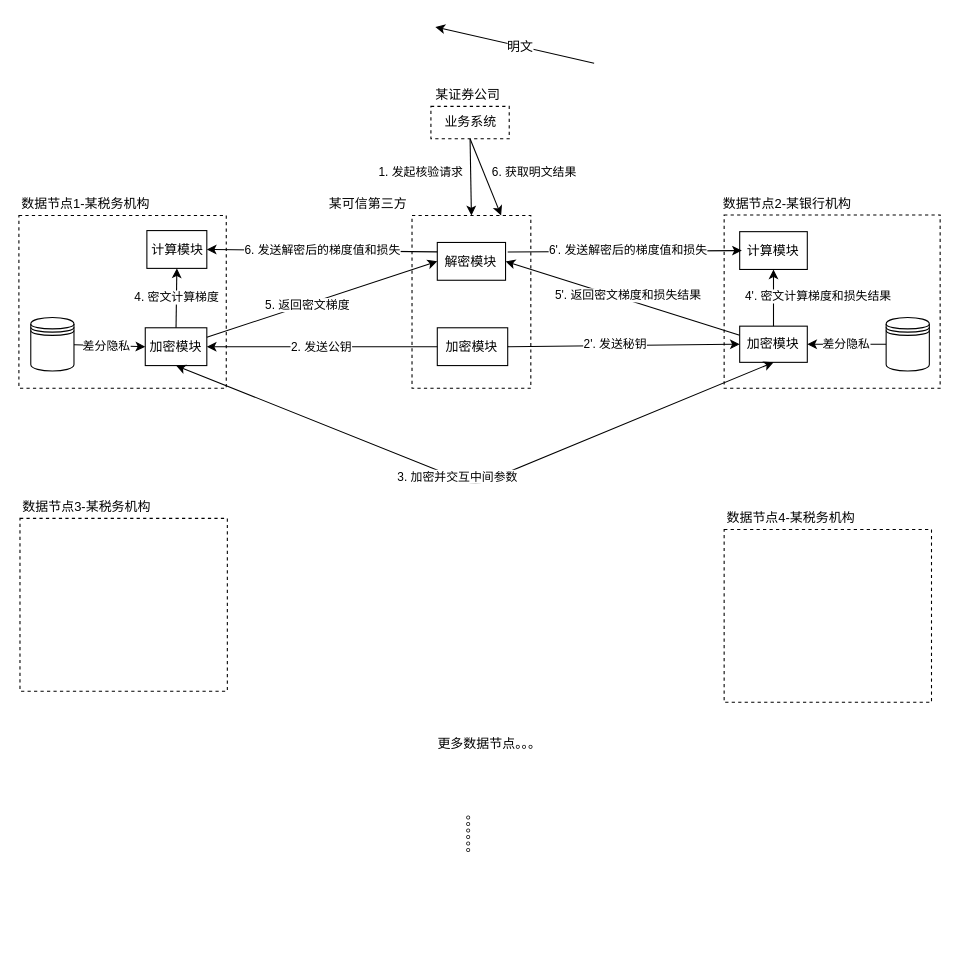
yankaili2006/drawing_io keeps this draw.io diagram as fl.drawio. Above is the earlier version. Source tidied: cells renumbered, new cells numbered last; positions are measured from the earlier drawing's top-left corner, leaving out a move shared by most shapes. Both pictures are drawn from the tidied source at 108%, with x=0, y=0 at pixel (18, 27).
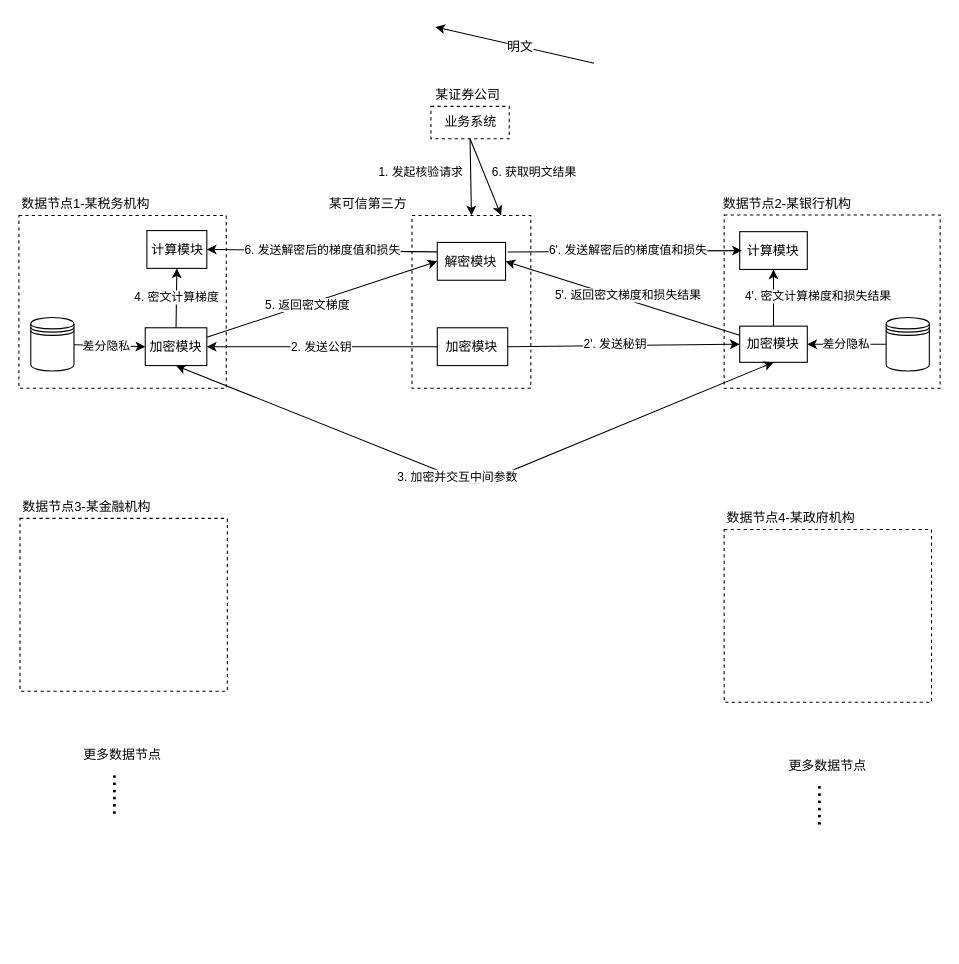
The same diagram, later.

Diff of the diagram source:
```diff
@@
-    <mxCell id="39" value="。。。。。。" style="rounded=0;whiteSpace=wrap;html=1;dashed=1;strokeColor=none;fillColor=none;direction=west;rotation=90;" parent="1" vertex="1">
-      <mxGeometry x="320" y="674" width="200" height="153.5" as="geometry" />
-    </mxCell>
-    <mxCell id="40" value="更多数据节点。。。" style="text;html=1;strokeColor=none;fillColor=none;align=center;verticalAlign=middle;whiteSpace=wrap;rounded=0;" parent="1" vertex="1">
-      <mxGeometry x="366.3" y="654" width="140" height="20" as="geometry" />
-    </mxCell>
@@
-    <mxCell id="45" value="数据节点3-某税务机构" style="text;html=1;strokeColor=none;fillColor=none;align=center;verticalAlign=middle;whiteSpace=wrap;rounded=0;" parent="1" vertex="1">
+    <mxCell id="45" value="数据节点3-某金融机构" style="text;html=1;strokeColor=none;fillColor=none;align=center;verticalAlign=middle;whiteSpace=wrap;rounded=0;" parent="1" vertex="1">
       <mxGeometry x="2" y="434" width="122" height="20" as="geometry" />
     </mxCell>
@@
-    <mxCell id="47" value="数据节点4-某税务机构" style="text;html=1;strokeColor=none;fillColor=none;align=center;verticalAlign=middle;whiteSpace=wrap;rounded=0;" parent="1" vertex="1">
+    <mxCell id="47" value="数据节点4-某政府机构" style="text;html=1;strokeColor=none;fillColor=none;align=center;verticalAlign=middle;whiteSpace=wrap;rounded=0;" parent="1" vertex="1">
       <mxGeometry x="654" y="444.2" width="122" height="20" as="geometry" />
     </mxCell>
+    <mxCell id="48" value="&lt;font style=&quot;font-size: 24px&quot;&gt;......&lt;/font&gt;" style="rounded=0;whiteSpace=wrap;html=1;dashed=1;strokeColor=none;fillColor=none;direction=west;rotation=90;" parent="1" vertex="1">
+      <mxGeometry x="-4" y="634" width="200" height="153.5" as="geometry" />
+    </mxCell>
+    <mxCell id="49" value="&lt;font style=&quot;font-size: 24px&quot;&gt;......&lt;/font&gt;" style="rounded=0;whiteSpace=wrap;html=1;dashed=1;strokeColor=none;fillColor=none;direction=west;rotation=90;" parent="1" vertex="1">
+      <mxGeometry x="649" y="644" width="200" height="153.5" as="geometry" />
+    </mxCell>
+    <mxCell id="50" value="更多数据节点" style="text;html=1;strokeColor=none;fillColor=none;align=center;verticalAlign=middle;whiteSpace=wrap;rounded=0;" parent="1" vertex="1">
+      <mxGeometry x="35" y="664" width="122" height="20" as="geometry" />
+    </mxCell>
+    <mxCell id="51" value="更多数据节点" style="text;html=1;strokeColor=none;fillColor=none;align=center;verticalAlign=middle;whiteSpace=wrap;rounded=0;" parent="1" vertex="1">
+      <mxGeometry x="688" y="674" width="122" height="20" as="geometry" />
+    </mxCell>
```
